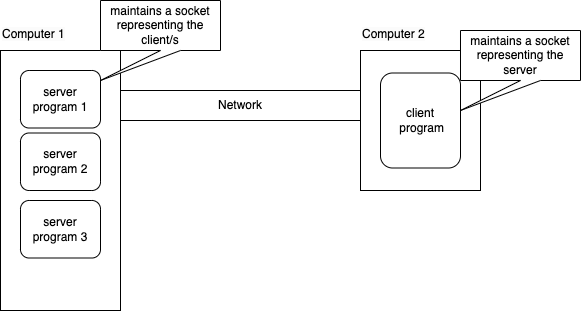
The draw.io diagram networking.dio.png in vinod-kayartaya/ABB_ADV_PYTHON_JAN_2023, before a commit. Source tidied: cells renumbered, new cells last; positions are measured from the earlier drawing's top-left corner, leaving out a move shared by most shapes.
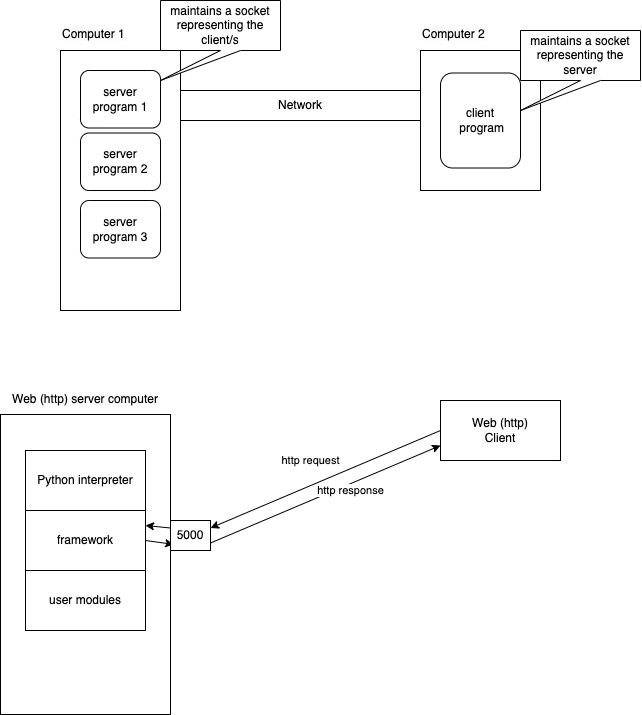
The same file after the commit.

The edit, as a diff of the source:
```diff
@@ -35,5 +35,38 @@
     <mxCell id="12" value="maintains a socket representing the client/s" style="shape=callout;whiteSpace=wrap;html=1;perimeter=calloutPerimeter;position2=0;" parent="1" vertex="1">
       <mxGeometry x="100" width="120" height="80" as="geometry" />
     </mxCell>
+    <mxCell id="13" style="rounded=0;whiteSpace=wrap;html=1;" parent="1" vertex="1">
+      <mxGeometry x="-60" y="414" width="170" height="300" as="geometry" />
+    </mxCell>
+    <mxCell id="14" value="Web (http) server computer" style="text;html=1;strokeColor=none;fillColor=none;align=center;verticalAlign=middle;whiteSpace=wrap;rounded=0;" parent="1" vertex="1">
+      <mxGeometry x="-60" y="384" width="170" height="30" as="geometry" />
+    </mxCell>
+    <mxCell id="15" value="Python interpreter" style="rounded=0;whiteSpace=wrap;html=1;" parent="1" vertex="1">
+      <mxGeometry x="-35" y="450" width="120" height="60" as="geometry" />
+    </mxCell>
+    <mxCell id="16" value="user modules" style="rounded=0;whiteSpace=wrap;html=1;" parent="1" vertex="1">
+      <mxGeometry x="-35" y="570" width="120" height="60" as="geometry" />
+    </mxCell>
+    <mxCell id="17" style="edgeStyle=none;html=1;exitX=1;exitY=0.5;exitDx=0;exitDy=0;entryX=1.019;entryY=0.433;entryDx=0;entryDy=0;entryPerimeter=0;" parent="1" edge="1" source="18" target="13">
+      <mxGeometry relative="1" as="geometry" />
+    </mxCell>
+    <mxCell id="18" value="framework" style="rounded=0;whiteSpace=wrap;html=1;" parent="1" vertex="1">
+      <mxGeometry x="-35" y="510" width="120" height="60" as="geometry" />
+    </mxCell>
+    <mxCell id="19" value="http response" style="edgeStyle=none;html=1;exitX=1;exitY=0.75;exitDx=0;exitDy=0;entryX=0;entryY=0.75;entryDx=0;entryDy=0;" parent="1" edge="1" source="21" target="23">
+      <mxGeometry x="0.2" y="-6" relative="1" as="geometry" />
+    </mxCell>
+    <mxCell id="20" style="edgeStyle=none;html=1;exitX=0;exitY=0.25;exitDx=0;exitDy=0;entryX=1;entryY=0.25;entryDx=0;entryDy=0;" parent="1" edge="1" source="21" target="18">
+      <mxGeometry relative="1" as="geometry" />
+    </mxCell>
+    <mxCell id="21" value="5000" style="rounded=0;whiteSpace=wrap;html=1;" parent="1" vertex="1">
+      <mxGeometry x="110" y="520" width="40" height="30" as="geometry" />
+    </mxCell>
+    <mxCell id="22" value="http request" style="edgeStyle=none;html=1;exitX=0;exitY=0.5;exitDx=0;exitDy=0;entryX=1;entryY=0.25;entryDx=0;entryDy=0;" parent="1" edge="1" source="23" target="21">
+      <mxGeometry x="0.05" y="-23" relative="1" as="geometry" />
+    </mxCell>
+    <mxCell id="23" value="Web (http)&lt;br&gt;Client" style="rounded=0;whiteSpace=wrap;html=1;" parent="1" vertex="1">
+      <mxGeometry x="380" y="400" width="120" height="60" as="geometry" />
+    </mxCell>
   </root>
 </mxGraphModel>
```
